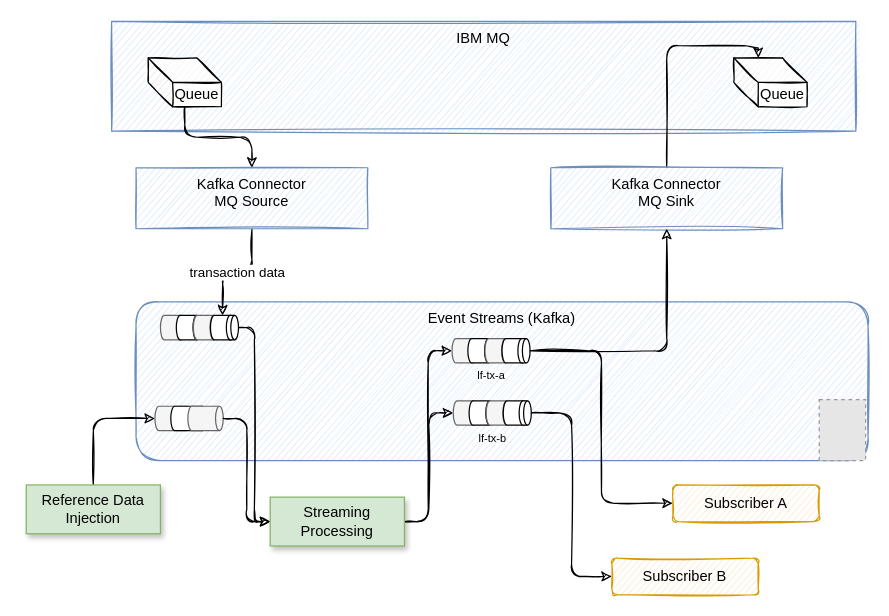
The draw.io diagram docs/diagrams/es-integration.drawio in jbcodeforce/life-insurance-demo, before the edit. Source tidied: cells renumbered, new cells numbered last; positions are measured from the earlier drawing's top-left corner, leaving out a move shared by most shapes. Both pictures are drawn from the tidied source at 122%, with x=0, y=0 at pixel (26, 21). Pictures stored in the file or linked from it are replaced by grey dashed boxes.
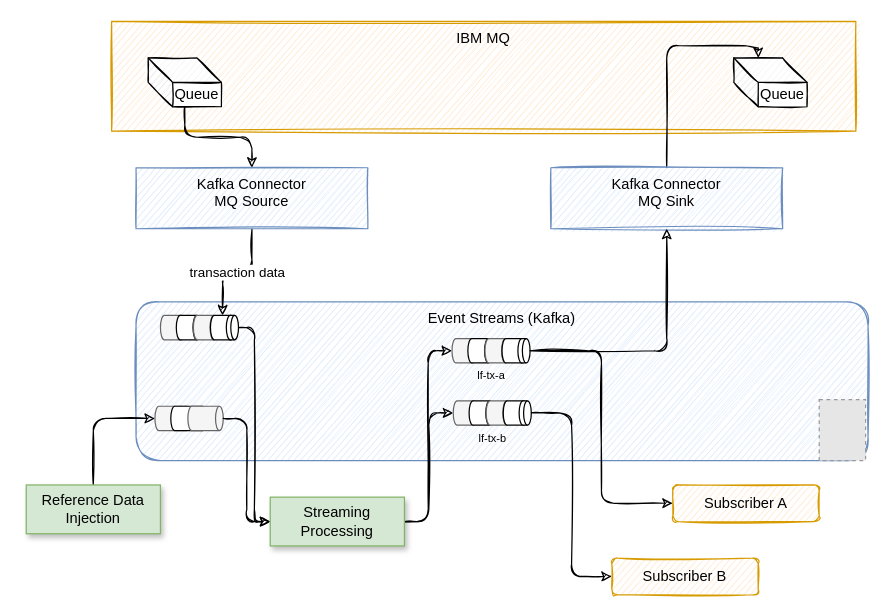
After the change.

Diff of the diagram source:
```diff
@@
-    <mxCell id="22" value="IBM MQ" style="rounded=0;whiteSpace=wrap;html=1;verticalAlign=top;sketch=1;fillColor=#dae8fc;strokeColor=#6c8ebf;" parent="1" vertex="1">
+    <mxCell id="22" value="IBM MQ" style="rounded=0;whiteSpace=wrap;html=1;verticalAlign=top;sketch=1;fillColor=#ffe6cc;strokeColor=#d79b00;" parent="1" vertex="1">
       <mxGeometry x="70" width="610" height="90" as="geometry" />
     </mxCell>
```
